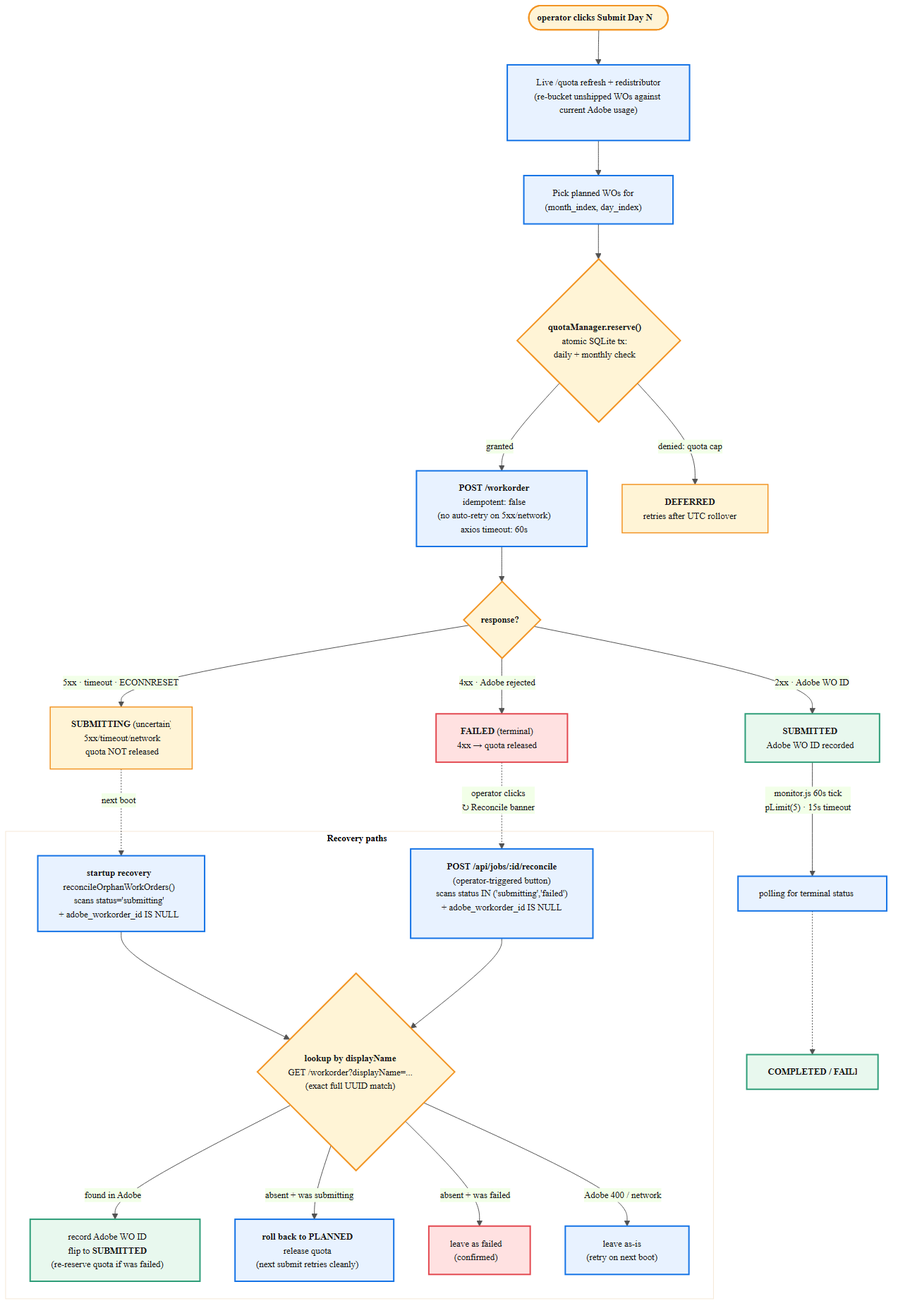
The Mermaid diagram docs/diagrams/08-submit-reconcile-flow.png in tkantk/aep-lifecycle-helper, before a commit. Its source is kept beside it as docs/diagrams/08-submit-reconcile-flow.mmd. Source of this version:
```mermaid
%%{init: {
  'theme':'base',
  'themeVariables': {
    'primaryColor':'#E8F2FF',
    'primaryTextColor':'#1A1A1A',
    'primaryBorderColor':'#1473E6',
    'lineColor':'#525252',
    'fontFamily':'Inter, Segoe UI, Helvetica, Arial, sans-serif',
    'fontSize':'13px'
  }
}}%%
flowchart TB
  Start(["<b>operator clicks Submit Day N</b>"])

  Quota["Live /quota refresh + redistributor<br/>(re-bucket unshipped WOs against current Adobe usage)"]

  Pick["Pick planned WOs for<br/>(month_index, day_index)"]

  Reserve{"<b>quotaManager.reserve()</b><br/>atomic SQLite tx:<br/>daily + monthly check"}

  Submit["<b>POST /workorder</b><br/>idempotent: false<br/>(no auto-retry on 5xx/network)<br/>axios timeout: 60s"]

  Outcome{"<b>response?</b>"}

  Submitted["<b>SUBMITTED</b><br/>Adobe WO ID recorded"]
  Deferred["<b>DEFERRED</b><br/>retries after UTC rollover"]
  Failed["<b>FAILED</b> (terminal)<br/>4xx → quota released"]
  Uncertain["<b>SUBMITTING</b> (uncertain)<br/>5xx/timeout/network<br/>quota NOT released"]

  Start --> Quota --> Pick --> Reserve
  Reserve -->|granted| Submit
  Reserve -->|"denied: quota cap"| Deferred
  Submit --> Outcome
  Outcome -->|"2xx · Adobe WO ID"| Submitted
  Outcome -->|"4xx · Adobe rejected"| Failed
  Outcome -->|"5xx · timeout · ECONNRESET"| Uncertain

  subgraph Recovery["<b>Recovery paths</b>"]
    direction TB
    Boot["<b>startup recovery</b><br/>reconcileOrphanWorkOrders()<br/>scans status='submitting'<br/>+ adobe_workorder_id IS NULL"]
    Manual["<b>POST /api/jobs/:id/reconcile</b><br/>(operator-triggered button)<br/>scans status IN ('submitting','failed')<br/>+ adobe_workorder_id IS NULL"]
    Lookup{"<b>lookup by displayName</b><br/>GET /workorder?displayName=...<br/>(exact full UUID match)"}

    Boot --> Lookup
    Manual --> Lookup

    Lookup -->|"found in Adobe"| FixIt["record Adobe WO ID<br/>flip to <b>SUBMITTED</b><br/>(re-reserve quota if was failed)"]
    Lookup -->|"absent + was submitting"| Rollback["<b>roll back to PLANNED</b><br/>release quota<br/>(next submit retries cleanly)"]
    Lookup -->|"absent + was failed"| Stay["leave as failed<br/>(confirmed)"]
    Lookup -->|"Adobe 400 / network"| Leave["leave as-is<br/>(retry on next boot)"]
  end

  Uncertain -.->|"next boot"| Boot
  Failed -.->|"operator clicks<br/>↻ Reconcile banner"| Manual
  Submitted -->|"monitor.js 60s tick<br/>pLimit(5) · 15s timeout"| Monitor["polling for terminal status"]
  Monitor -.-> Done["<b>COMPLETED / FAILED</b>"]

  classDef start fill:#FFF4D6,stroke:#F29423,stroke-width:2px,color:#1A1A1A
  classDef gate  fill:#FFF4D6,stroke:#F29423,stroke-width:2px,color:#1A1A1A
  classDef ok    fill:#E8F8EE,stroke:#2D9D78,stroke-width:2px,color:#1A1A1A
  classDef warn  fill:#FFF4D6,stroke:#F29423,stroke-width:1.5px,color:#1A1A1A
  classDef bad   fill:#FFE1E1,stroke:#E34850,stroke-width:2px,color:#1A1A1A
  classDef proc  fill:#E8F2FF,stroke:#1473E6,stroke-width:2px,color:#1A1A1A

  class Start start
  class Reserve,Outcome,Lookup gate
  class Submitted,FixIt,Done ok
  class Deferred,Uncertain warn
  class Failed,Stay bad
  class Quota,Pick,Submit,Boot,Manual,Rollback,Leave,Monitor proc
```
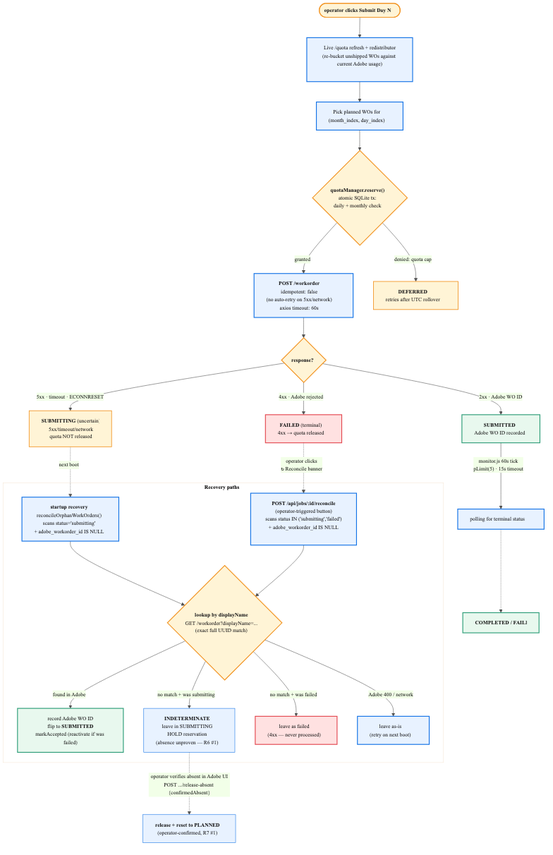
The same file after the commit.

The edit, as a diff of the source:
```diff
@@ -44,11 +44,13 @@
     Boot --> Lookup
     Manual --> Lookup
 
-    Lookup -->|"found in Adobe"| FixIt["record Adobe WO ID<br/>flip to <b>SUBMITTED</b><br/>(re-reserve quota if was failed)"]
-    Lookup -->|"absent + was submitting"| Rollback["<b>roll back to PLANNED</b><br/>release quota<br/>(next submit retries cleanly)"]
-    Lookup -->|"absent + was failed"| Stay["leave as failed<br/>(confirmed)"]
+    Lookup -->|"found in Adobe"| FixIt["record Adobe WO ID<br/>flip to <b>SUBMITTED</b><br/>markAccepted (reactivate if was failed)"]
+    Lookup -->|"no match + was submitting"| Indet["<b>INDETERMINATE</b><br/>leave in SUBMITTING<br/>HOLD reservation<br/>(absence unproven — R6 #1)"]
+    Lookup -->|"no match + was failed"| Stay["leave as failed<br/>(4xx — never processed)"]
     Lookup -->|"Adobe 400 / network"| Leave["leave as-is<br/>(retry on next boot)"]
   end
+
+  Indet -.->|"operator verifies absent in Adobe UI<br/>POST .../release-absent {confirmedAbsent}"| OpRelease["<b>release + reset to PLANNED</b><br/>(operator-confirmed, R7 #1)"]
 
   Uncertain -.->|"next boot"| Boot
   Failed -.->|"operator clicks<br/>↻ Reconcile banner"| Manual
```
